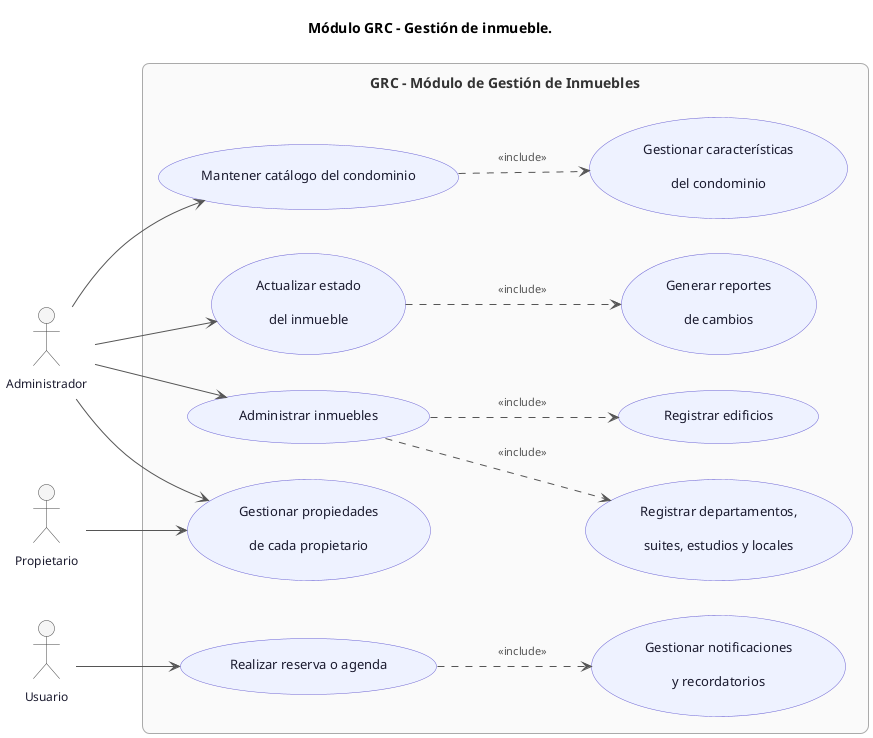
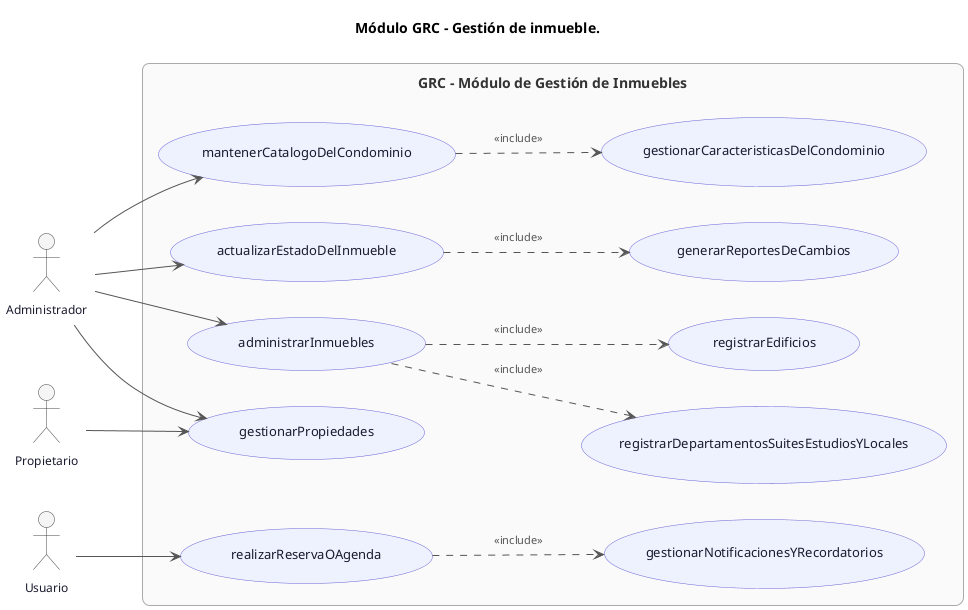
@startuml

title Módulo GRC - Gestión de inmueble.

left to right direction
skinparam usecase {
  BackgroundColor #EEF2FF
  BorderColor #6C63D4
  FontColor #1a1a2e
  FontSize 13
}
skinparam actor {
  BackgroundColor #F5F5F5
  BorderColor #444
  FontColor #1a1a2e
  FontSize 12
}
skinparam rectangle {
  BackgroundColor #FAFAFA
  BorderColor #AAAAAA
  FontColor #333
  FontSize 14
  RoundCorner 15
}
skinparam ArrowColor #555
skinparam ArrowFontSize 11
skinparam ArrowFontColor #555
skinparam Padding 8
skinparam shadowing false

actor Administrador as ADM
actor Propietario   as PROP
actor Usuario       as USR

rectangle "GRC – Módulo de Gestión de Inmuebles" {
-   usecase "Administrar inmuebles"                        as UC1
-   usecase "Registrar edificios"                          as UC2
-   usecase "Registrar departamentos,\nsuites, estudios y locales" as UC3
-   usecase "Mantener catálogo del condominio"             as UC4
-   usecase "Gestionar características\ndel condominio"    as UC5
-   usecase "Gestionar propiedades\nde cada propietario"   as UC6
-   usecase "Realizar reserva o agenda"                    as UC7
-   usecase "Gestionar notificaciones\ny recordatorios"    as UC8
-   usecase "Actualizar estado\ndel inmueble"              as UC9
-   usecase "Generar reportes\nde cambios"                 as UC10
+   usecase "administrarInmuebles"                        as UC1
+   usecase "registrarEdificios"                          as UC2
+   usecase "registrarDepartamentosSuitesEstudiosYLocales" as UC3
+   usecase "mantenerCatalogoDelCondominio"             as UC4
+   usecase "gestionarCaracteristicasDelCondominio"    as UC5
+   usecase "gestionarPropiedades"                      as UC6
+   usecase "realizarReservaOAgenda"                    as UC7
+   usecase "gestionarNotificacionesYRecordatorios"    as UC8
+   usecase "actualizarEstadoDelInmueble"              as UC9
+   usecase "generarReportesDeCambios"                 as UC10
}

' --- Relaciones de actores ---
ADM  --> UC1
ADM  --> UC4
ADM  --> UC6
ADM  --> UC9

PROP --> UC6

USR  --> UC7

' --- Relaciones include ---
UC1 ..> UC2  : <<include>>
UC1 ..> UC3  : <<include>>
UC4 ..> UC5  : <<include>>
UC7 ..> UC8  : <<include>>
UC9 ..> UC10 : <<include>>

@enduml